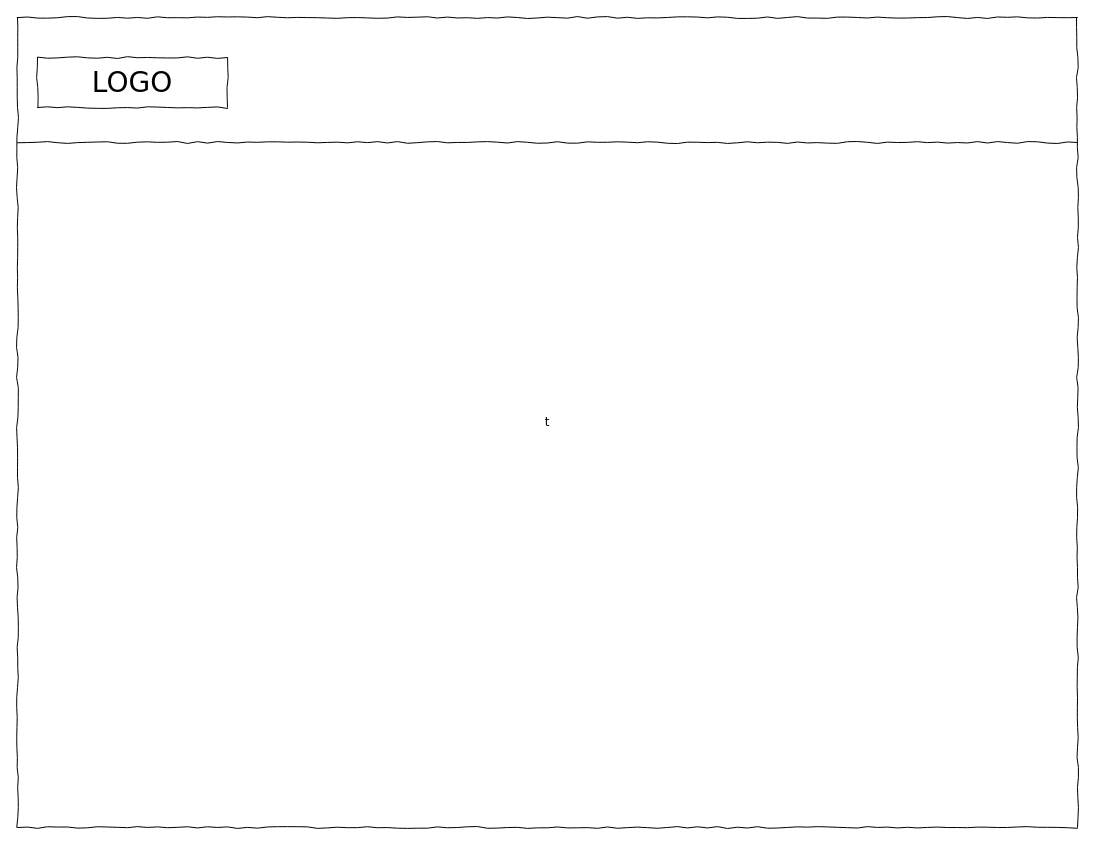
l-k-sfr-jt/project-planner keeps this draw.io diagram as page "Page-7" (7 of 7) of Untitled Diagram.drawio. Above is the earlier version. Source tidied: cells renumbered, new cells numbered last; positions are measured from the earlier drawing's top-left corner, leaving out a move shared by most shapes. Both pictures are drawn from the tidied source at 100%, with x=0, y=0 at pixel (17, 17).
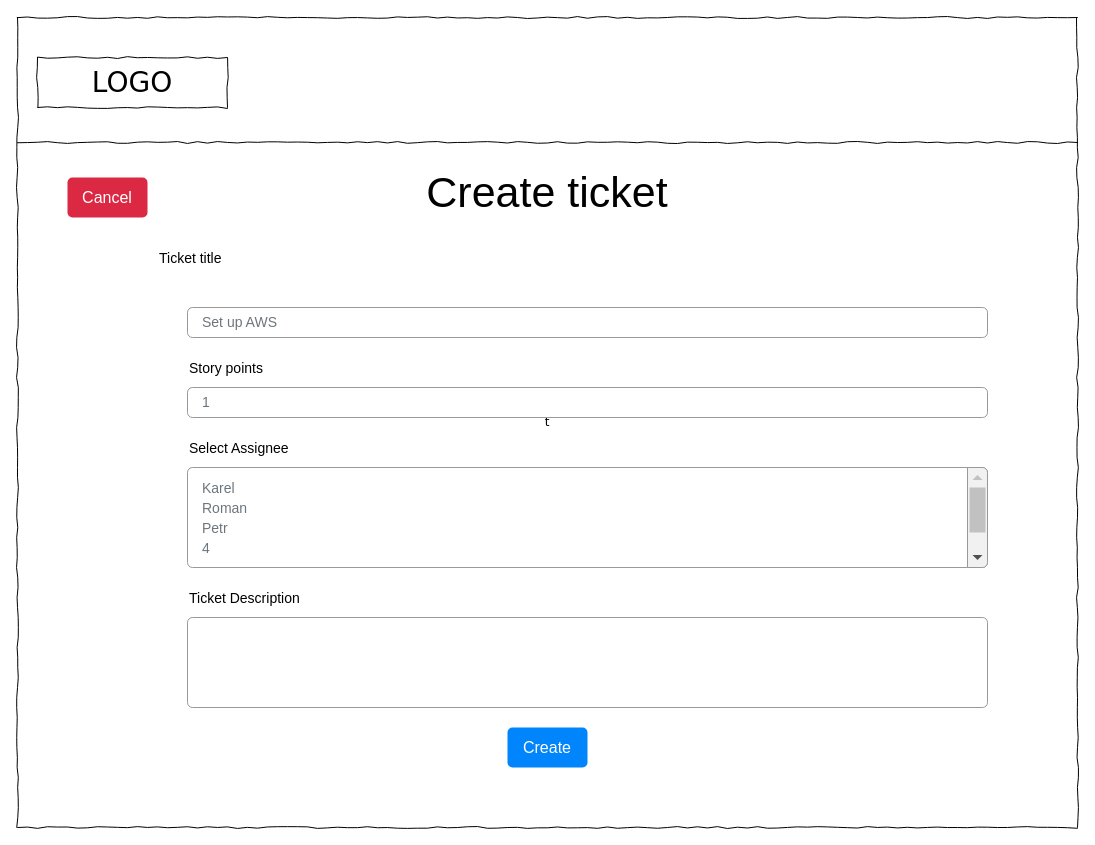
Above is the later version.

Diff of the diagram source:
```diff
@@
+    <mxCell id="5" value="&lt;font style=&quot;font-size: 43px&quot;&gt;Create ticket&lt;/font&gt;" style="text;html=1;strokeColor=none;fillColor=none;align=center;verticalAlign=middle;whiteSpace=wrap;rounded=0;" parent="1" vertex="1">
+      <mxGeometry x="400" y="160" width="260" height="30" as="geometry" />
+    </mxCell>
+    <mxCell id="6" value="Ticket title" style="fillColor=none;strokeColor=none;align=left;fontSize=14;" parent="1" vertex="1">
+      <mxGeometry x="140" y="220" width="260" height="40" as="geometry" />
+    </mxCell>
+    <mxCell id="7" value="Set up AWS" style="html=1;shadow=0;dashed=0;shape=mxgraph.bootstrap.rrect;rSize=5;fillColor=none;strokeColor=#999999;align=left;spacing=15;fontSize=14;fontColor=#6C767D;" parent="1" vertex="1">
+      <mxGeometry width="800" height="30" relative="1" as="geometry">
+        <mxPoint x="170" y="290" as="offset" />
+      </mxGeometry>
+    </mxCell>
+    <mxCell id="8" value="Story points" style="fillColor=none;strokeColor=none;align=left;fontSize=14;" parent="1" vertex="1">
+      <mxGeometry width="260" height="40" relative="1" as="geometry">
+        <mxPoint x="170" y="330" as="offset" />
+      </mxGeometry>
+    </mxCell>
+    <mxCell id="9" value="1" style="html=1;shadow=0;dashed=0;shape=mxgraph.bootstrap.rrect;rSize=5;fillColor=none;strokeColor=#999999;align=left;spacing=15;fontSize=14;fontColor=#6C767D;" parent="1" vertex="1">
+      <mxGeometry width="800" height="30" relative="1" as="geometry">
+        <mxPoint x="170" y="370" as="offset" />
+      </mxGeometry>
+    </mxCell>
+    <mxCell id="10" value="Select Assignee" style="fillColor=none;strokeColor=none;align=left;fontSize=14;" parent="1" vertex="1">
+      <mxGeometry width="260" height="40" relative="1" as="geometry">
+        <mxPoint x="170" y="410" as="offset" />
+      </mxGeometry>
+    </mxCell>
+    <mxCell id="11" style="html=1;shadow=0;dashed=0;shape=mxgraph.bootstrap.rrect;rSize=5;fillColor=none;strokeColor=#999999;align=left;spacing=15;fontSize=14;fontColor=#6C767D;" parent="1" vertex="1">
+      <mxGeometry width="800" height="100" relative="1" as="geometry">
+        <mxPoint x="170" y="450" as="offset" />
+      </mxGeometry>
+    </mxCell>
+    <mxCell id="12" style="html=1;shadow=0;dashed=0;shape=mxgraph.bootstrap.rightButton;rSize=5;fillColor=#F1F1F1;strokeColor=#999999;" parent="11" vertex="1">
+      <mxGeometry x="1" width="20" height="100" relative="1" as="geometry">
+        <mxPoint x="-20" as="offset" />
+      </mxGeometry>
+    </mxCell>
+    <mxCell id="13" style="fillColor=#C1C1C1;strokeColor=none;" parent="12" vertex="1">
+      <mxGeometry width="16" height="45" relative="1" as="geometry">
+        <mxPoint x="2" y="20" as="offset" />
+      </mxGeometry>
+    </mxCell>
+    <mxCell id="14" style="shape=triangle;direction=north;fillColor=#C1C1C1;strokeColor=none;perimeter=none;" parent="12" vertex="1">
+      <mxGeometry width="10" height="5" relative="1" as="geometry">
+        <mxPoint x="5" y="7.5" as="offset" />
+      </mxGeometry>
+    </mxCell>
+    <mxCell id="15" style="shape=triangle;direction=south;fillColor=#505050;strokeColor=none;perimeter=none;" parent="12" vertex="1">
+      <mxGeometry y="1" width="10" height="5" relative="1" as="geometry">
+        <mxPoint x="5" y="-12.5" as="offset" />
+      </mxGeometry>
+    </mxCell>
+    <mxCell id="16" value="Karel" style="fillColor=none;strokeColor=none;align=left;spacing=15;fontSize=14;fontColor=#6C767D;" parent="11" vertex="1">
+      <mxGeometry width="780" height="20" relative="1" as="geometry">
+        <mxPoint y="10" as="offset" />
+      </mxGeometry>
+    </mxCell>
+    <mxCell id="17" value="Roman" style="fillColor=none;strokeColor=none;align=left;spacing=15;fontSize=14;fontColor=#6C767D;" parent="11" vertex="1">
+      <mxGeometry width="780" height="20" relative="1" as="geometry">
+        <mxPoint y="30" as="offset" />
+      </mxGeometry>
+    </mxCell>
+    <mxCell id="18" value="Petr" style="fillColor=none;strokeColor=none;align=left;spacing=15;fontSize=14;fontColor=#6C767D;" parent="11" vertex="1">
+      <mxGeometry width="780" height="20" relative="1" as="geometry">
+        <mxPoint y="50" as="offset" />
+      </mxGeometry>
+    </mxCell>
+    <mxCell id="19" value="4" style="fillColor=none;strokeColor=none;align=left;spacing=15;fontSize=14;fontColor=#6C767D;" parent="11" vertex="1">
+      <mxGeometry width="780" height="20" relative="1" as="geometry">
+        <mxPoint y="70" as="offset" />
+      </mxGeometry>
+    </mxCell>
+    <mxCell id="20" value="Ticket Description" style="fillColor=none;strokeColor=none;align=left;fontSize=14;" parent="1" vertex="1">
+      <mxGeometry width="260" height="40" relative="1" as="geometry">
+        <mxPoint x="170" y="560" as="offset" />
+      </mxGeometry>
+    </mxCell>
+    <mxCell id="21" style="html=1;shadow=0;dashed=0;shape=mxgraph.bootstrap.rrect;rSize=5;fillColor=none;strokeColor=#999999;align=left;spacing=15;fontSize=14;fontColor=#6C767D;" parent="1" vertex="1">
+      <mxGeometry width="800" height="90" relative="1" as="geometry">
+        <mxPoint x="170" y="600" as="offset" />
+      </mxGeometry>
+    </mxCell>
+    <mxCell id="22" value="Create" style="html=1;shadow=0;dashed=0;shape=mxgraph.bootstrap.rrect;rSize=5;strokeColor=none;strokeWidth=1;fillColor=#0085FC;fontColor=#FFFFFF;whiteSpace=wrap;align=center;verticalAlign=middle;spacingLeft=0;fontStyle=0;fontSize=16;spacing=5;" parent="1" vertex="1">
+      <mxGeometry x="490" y="710" width="80" height="40" as="geometry" />
+    </mxCell>
+    <mxCell id="23" value="Cancel" style="html=1;shadow=0;dashed=0;shape=mxgraph.bootstrap.rrect;rSize=5;strokeColor=none;strokeWidth=1;fillColor=#DB2843;fontColor=#FFFFFF;whiteSpace=wrap;align=center;verticalAlign=middle;spacingLeft=0;fontStyle=0;fontSize=16;spacing=5;" parent="1" vertex="1">
+      <mxGeometry x="50" y="160" width="80" height="40" as="geometry" />
+    </mxCell>
```
